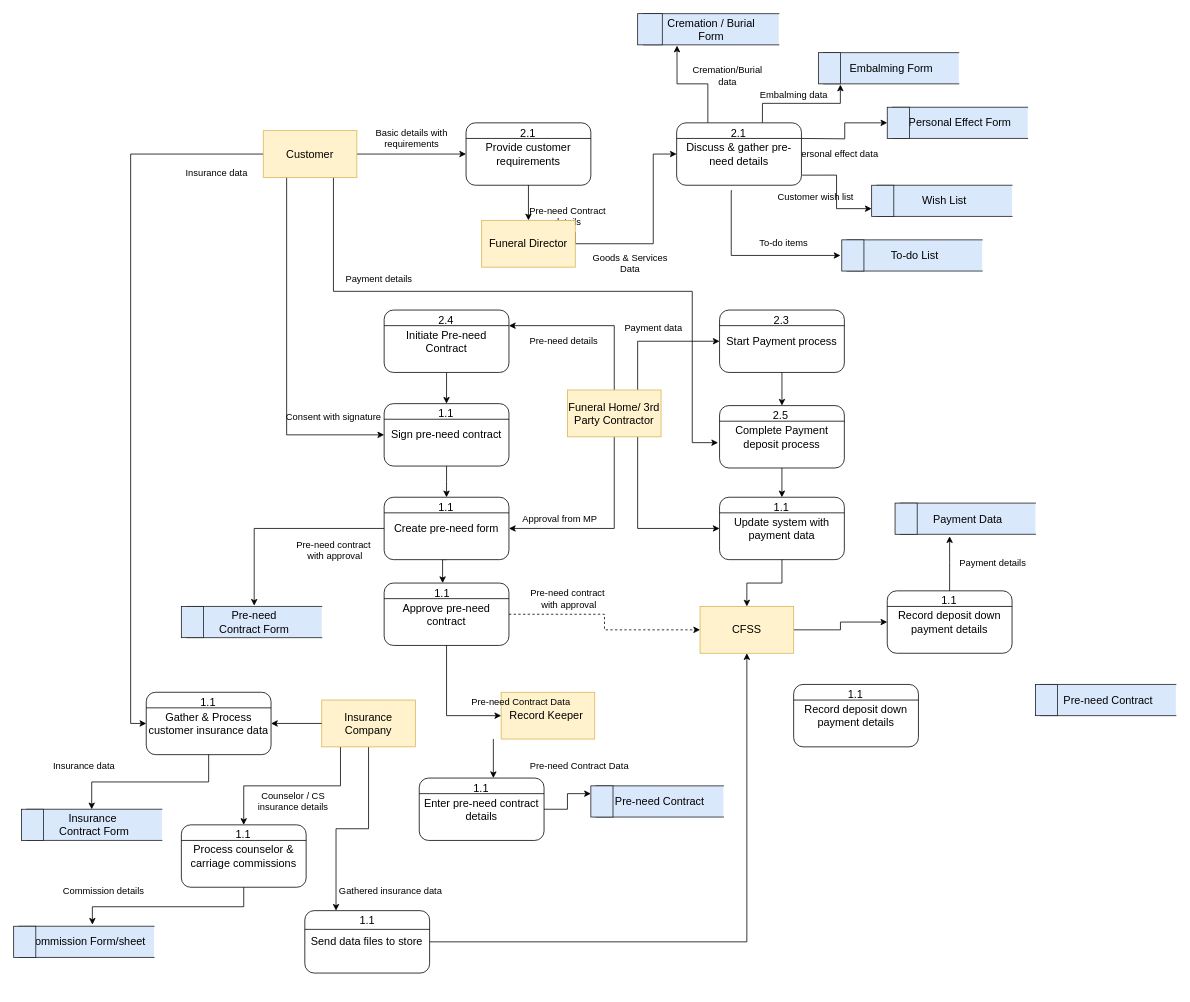
The draw.io diagram page "DFD-1 - Conduct Initial Appointment" (10 of 11) of Untitled Diagram.drawio in Buddhika-Pathirathna/DiagramsRepo, before the edit. Source tidied: cells renumbered, new cells numbered last; positions are measured from the earlier drawing's top-left corner, leaving out a move shared by most shapes. Both pictures are drawn from the tidied source at 78%, with x=0, y=0 at pixel (13, 13).
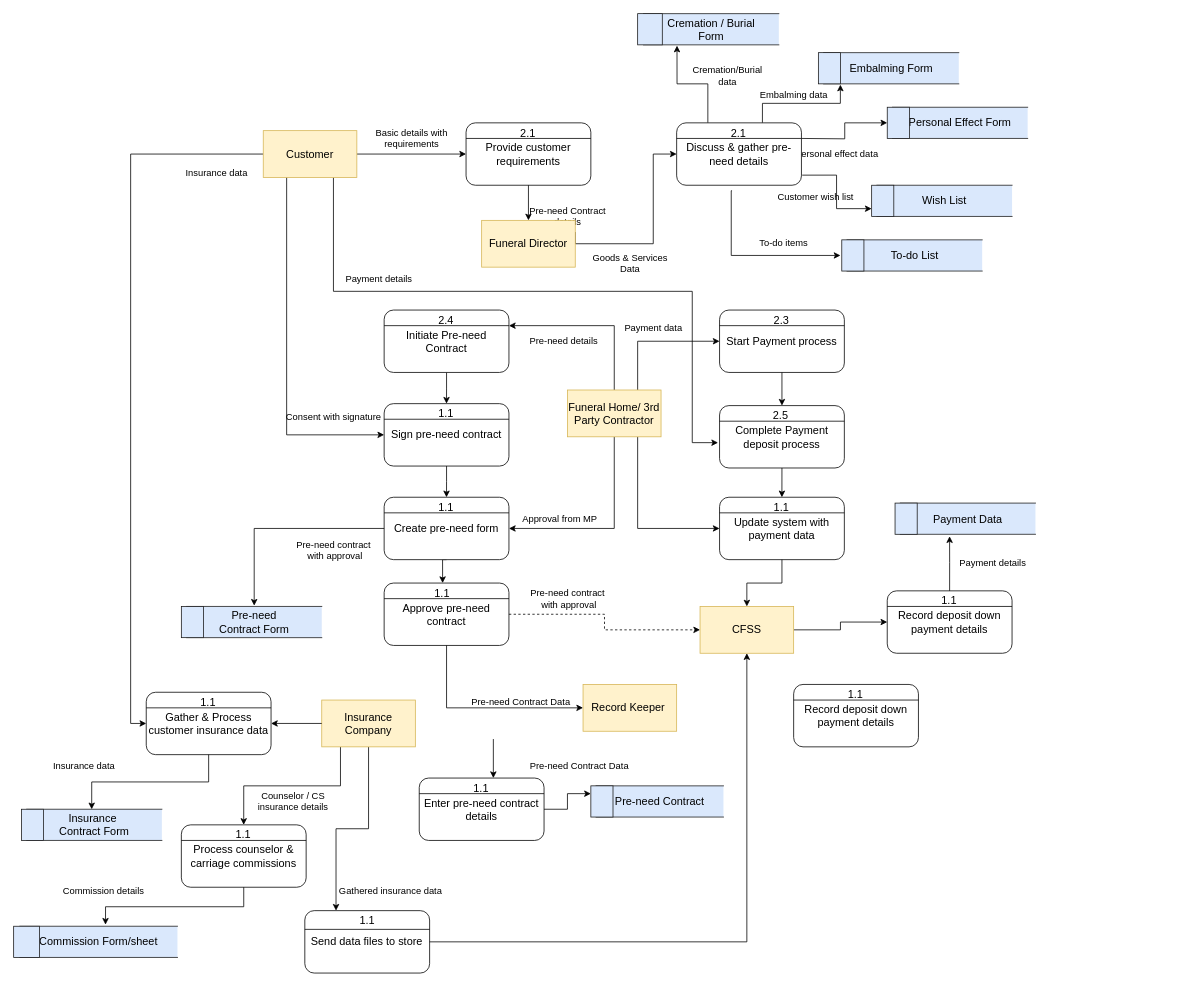
Above is the later version.

Change to the diagram source:
```diff
@@
-    <mxCell id="78" style="group;fillColor=none;strokeColor=#FFFFFF;" parent="1" vertex="1">
-      <mxGeometry x="1310" y="860" width="180" height="40" as="geometry" />
-    </mxCell>
-    <mxCell id="79" value="&lt;span style=&quot;font-size: 14px;&quot;&gt;Pre-need Contract&lt;/span&gt;" style="shape=partialRectangle;whiteSpace=wrap;html=1;left=0;right=0;fillColor=#dae8fc;strokeColor=#1A1A1A;perimeterSpacing=1;" parent="78" vertex="1">
-      <mxGeometry x="6.8" width="173.2" height="40" as="geometry" />
-    </mxCell>
-    <mxCell id="80" style="rounded=0;whiteSpace=wrap;html=1;fillColor=#dae8fc;strokeColor=#1A1A1A;" parent="78" vertex="1">
-      <mxGeometry width="28.4" height="40" as="geometry" />
-    </mxCell>
@@
     <mxCell id="82" value="&lt;font style=&quot;font-size: 14px;&quot;&gt;Record Keeper&amp;nbsp;&lt;/font&gt;" style="rounded=0;whiteSpace=wrap;html=1;fillColor=#fff2cc;strokeColor=#d6b656;" parent="1" vertex="1">
-      <mxGeometry x="625" y="870" width="120" height="60" as="geometry" />
+      <mxGeometry x="730" y="860" width="120" height="60" as="geometry" />
     </mxCell>
@@
     <mxCell id="144" style="group;fillColor=none;strokeColor=#FFFFFF;" parent="1" vertex="1">
-      <mxGeometry y="1170" width="180" height="40" as="geometry" />
+      <mxGeometry y="1170" width="210" height="40" as="geometry" />
     </mxCell>
     <mxCell id="145" value="&lt;span style=&quot;font-size: 14px;&quot;&gt;Commission Form/sheet&lt;/span&gt;" style="shape=partialRectangle;whiteSpace=wrap;html=1;left=0;right=0;fillColor=#dae8fc;strokeColor=#1A1A1A;perimeterSpacing=1;" parent="144" vertex="1">
-      <mxGeometry x="6.8" width="173.2" height="40" as="geometry" />
+      <mxGeometry x="8" width="202" height="40" as="geometry" />
     </mxCell>
     <mxCell id="146" style="rounded=0;whiteSpace=wrap;html=1;fillColor=#dae8fc;strokeColor=#1A1A1A;" parent="144" vertex="1">
-      <mxGeometry width="28.4" height="40" as="geometry" />
+      <mxGeometry width="33.2" height="40" as="geometry" />
     </mxCell>
```
